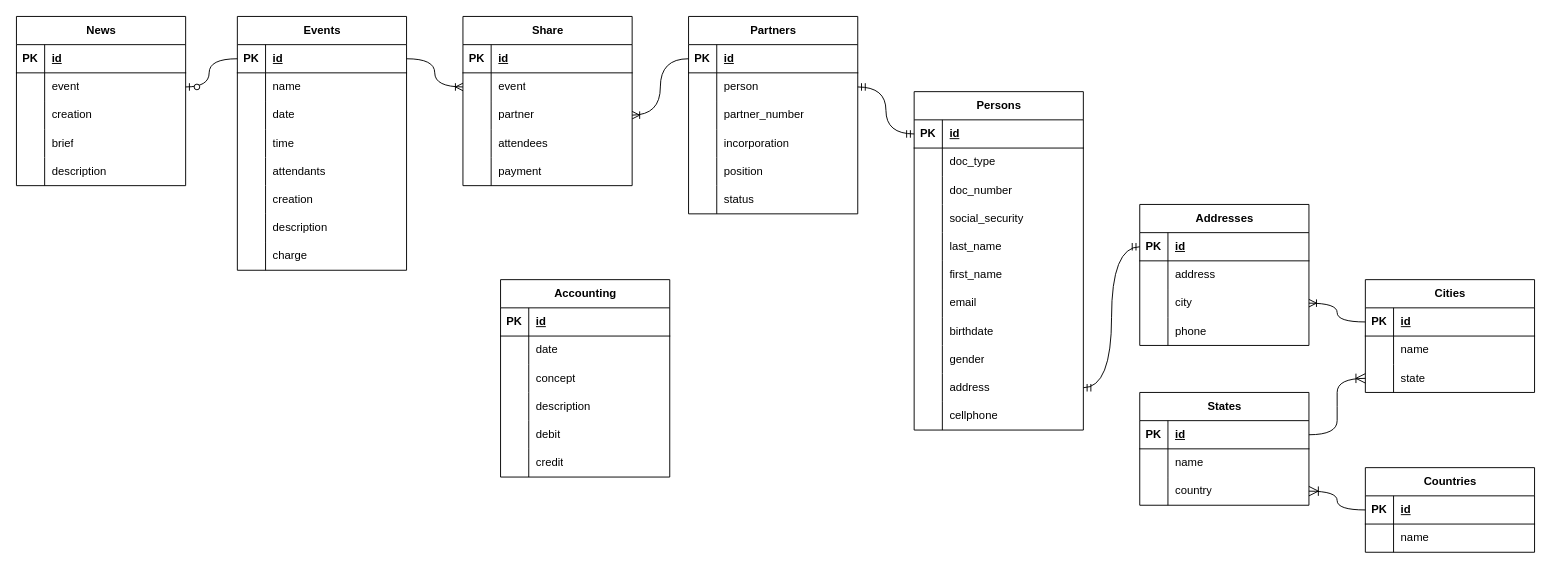
Above: System/Database/SmallBusinessManagementSystem.drawio in aecordoba/SmallBusinessManagementSystem (draw.io), before the change. Source tidied: cells renumbered, new cells numbered last; positions are measured from the earlier drawing's top-left corner, leaving out a move shared by most shapes. Both pictures are drawn from the tidied source at 94%, with x=0, y=0 at pixel (16, 16).
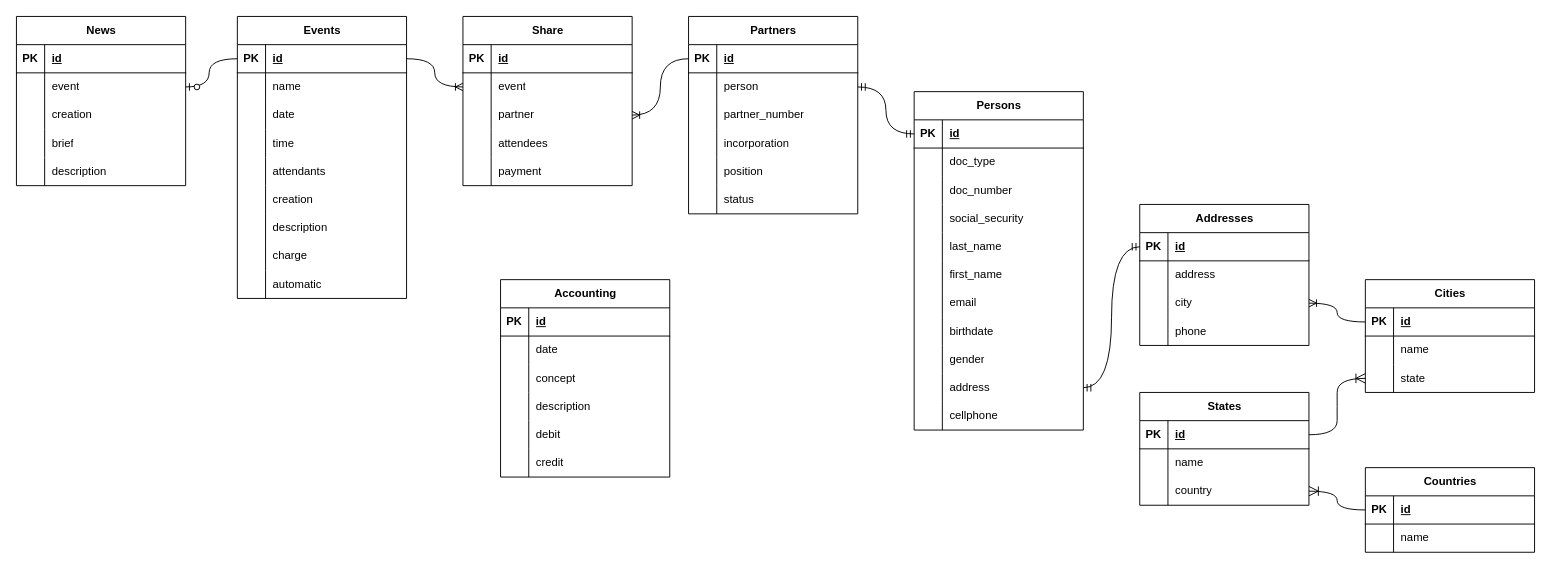
After the change.

Diff of the diagram source:
```diff
@@
     <mxCell id="100" value="Events" style="shape=table;startSize=30;childLayout=tableLayout;rowLines=0;fontStyle=1;align=center;html=1;" parent="1" vertex="1">
-      <mxGeometry x="235" width="180" height="270" as="geometry" />
+      <mxGeometry x="235" width="180" height="300" as="geometry" />
     </mxCell>
@@
+    <mxCell id="179" style="shape=tableRow;horizontal=0;startSize=0;swimlaneHead=0;swimlaneBody=0;fillColor=none;top=0;left=0;right=0;bottom=0;" parent="100" vertex="1">
+      <mxGeometry y="270" width="180" height="30" as="geometry" />
+    </mxCell>
+    <mxCell id="180" style="shape=partialRectangle;fillColor=none;top=0;left=0;bottom=0;right=0;overflow=hidden;whiteSpace=wrap;html=1;" parent="179" vertex="1">
+      <mxGeometry width="30" height="30" as="geometry" />
+    </mxCell>
+    <mxCell id="181" value="automatic" style="shape=partialRectangle;fillColor=none;top=0;left=0;bottom=0;right=0;align=left;spacingLeft=6;overflow=hidden;whiteSpace=wrap;html=1;" parent="179" vertex="1">
+      <mxGeometry x="30" width="150" height="30" as="geometry" />
+    </mxCell>
```
